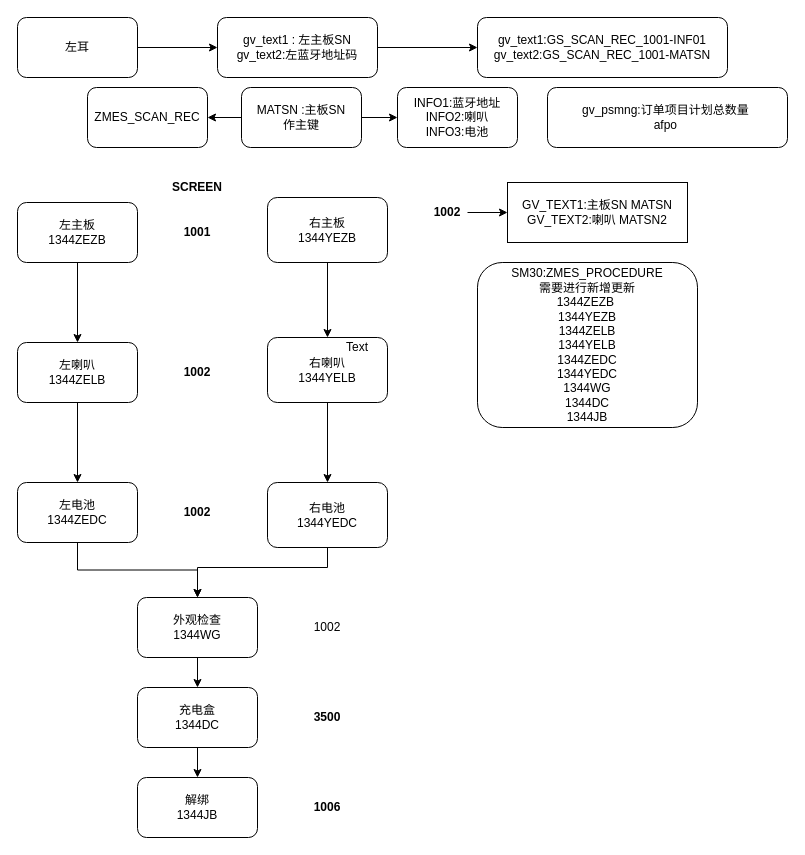
Above: 1344.drawio in jax-pzh/abap_test (draw.io), before the change. Source tidied: cells renumbered, new cells numbered last; positions are measured from the earlier drawing's top-left corner, leaving out a move shared by most shapes. Both pictures are drawn from the tidied source at 100%, with x=0, y=0 at pixel (17, 17).
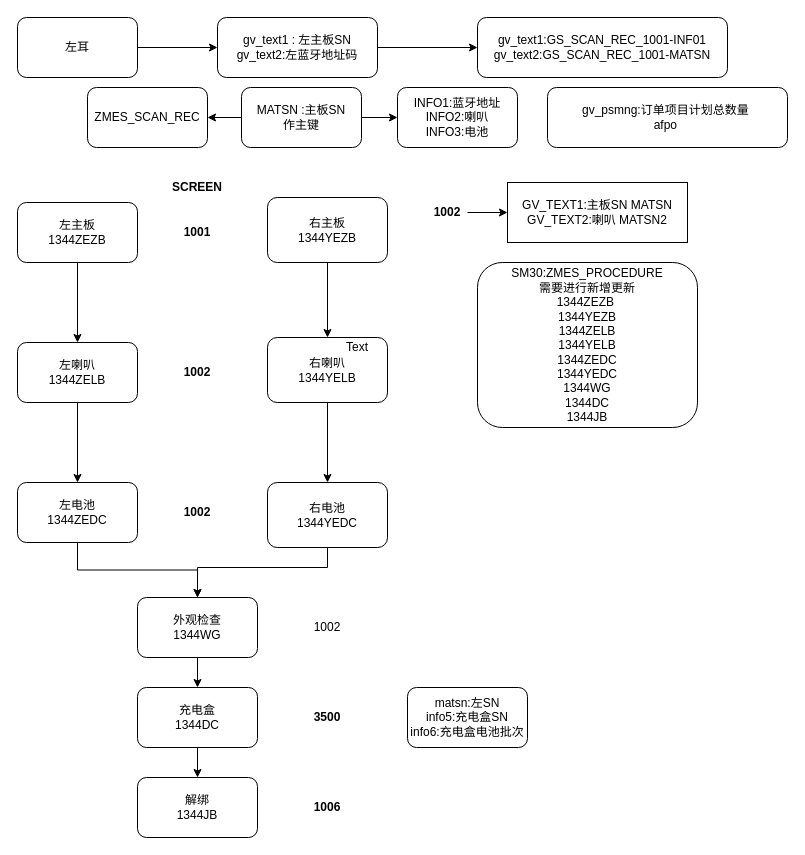
The same page after the edit.

The edit, as a diff of the source:
```diff
@@
+    <mxCell id="42" value="matsn:左SN&lt;br&gt;info5:充电盒SN&lt;br&gt;info6:充电盒电池批次" style="rounded=1;whiteSpace=wrap;html=1;" parent="1" vertex="1">
+      <mxGeometry x="390" y="670" width="120" height="60" as="geometry" />
+    </mxCell>
```
